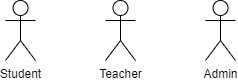
This is docs/Campus.png from mezidia/User-Interfaces-Design, a draw.io export, as it was before one commit. Source tidied: cells renumbered, new cells last; positions are measured from the earlier drawing's top-left corner, leaving out a move shared by most shapes. The source it was exported from:
```xml
<mxGraphModel>
  <root>
    <mxCell id="0" />
    <mxCell id="1" parent="0" />
    <mxCell id="2" value="Student" style="shape=umlActor;verticalLabelPosition=bottom;verticalAlign=top;html=1;" parent="1" vertex="1">
      <mxGeometry width="30" height="60" as="geometry" />
    </mxCell>
    <mxCell id="3" value="Teacher" style="shape=umlActor;verticalLabelPosition=bottom;verticalAlign=top;html=1;" parent="1" vertex="1">
      <mxGeometry x="100" width="30" height="60" as="geometry" />
    </mxCell>
    <mxCell id="4" value="Admin" style="shape=umlActor;verticalLabelPosition=bottom;verticalAlign=top;html=1;" parent="1" vertex="1">
      <mxGeometry x="200" width="30" height="60" as="geometry" />
    </mxCell>
  </root>
</mxGraphModel>
```
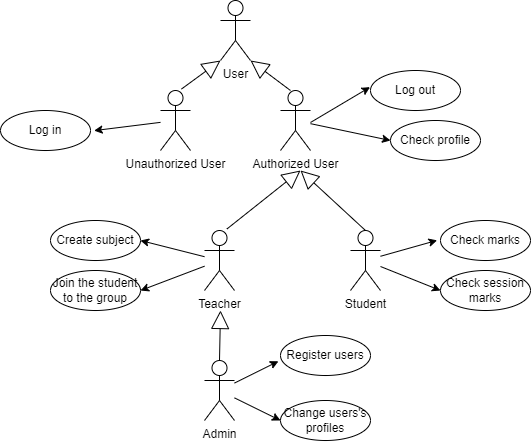
Later version of the same file.

What changed in the source:
```diff
@@ -2,14 +2,100 @@
   <root>
     <mxCell id="0" />
     <mxCell id="1" parent="0" />
+    <mxCell id="5" style="edgeStyle=none;rounded=0;jettySize=auto;html=1;entryX=-0.037;entryY=0.496;entryDx=0;entryDy=0;entryPerimeter=0;" parent="1" edge="1" source="2" target="22">
+      <mxGeometry relative="1" as="geometry" />
+    </mxCell>
+    <mxCell id="6" style="edgeStyle=none;rounded=0;jettySize=auto;html=1;entryX=0;entryY=0.5;entryDx=0;entryDy=0;" parent="1" edge="1" source="2" target="24">
+      <mxGeometry relative="1" as="geometry" />
+    </mxCell>
     <mxCell id="2" value="Student" style="shape=umlActor;verticalLabelPosition=bottom;verticalAlign=top;html=1;" parent="1" vertex="1">
-      <mxGeometry width="30" height="60" as="geometry" />
+      <mxGeometry x="230" y="340" width="30" height="60" as="geometry" />
     </mxCell>
+    <mxCell id="7" style="edgeStyle=none;rounded=0;jettySize=auto;html=1;entryX=1;entryY=0.5;entryDx=0;entryDy=0;" parent="1" edge="1" source="3" target="26">
+      <mxGeometry relative="1" as="geometry" />
+    </mxCell>
+    <mxCell id="8" style="edgeStyle=none;rounded=0;jettySize=auto;html=1;entryX=1;entryY=0.5;entryDx=0;entryDy=0;" parent="1" edge="1" source="3" target="27">
+      <mxGeometry relative="1" as="geometry" />
+    </mxCell>
     <mxCell id="3" value="Teacher" style="shape=umlActor;verticalLabelPosition=bottom;verticalAlign=top;html=1;" parent="1" vertex="1">
-      <mxGeometry x="100" width="30" height="60" as="geometry" />
+      <mxGeometry x="84" y="340" width="30" height="60" as="geometry" />
     </mxCell>
+    <mxCell id="9" style="edgeStyle=none;rounded=0;jettySize=auto;html=1;entryX=-0.023;entryY=0.644;entryDx=0;entryDy=0;entryPerimeter=0;" parent="1" edge="1" source="4" target="29">
+      <mxGeometry relative="1" as="geometry" />
+    </mxCell>
+    <mxCell id="10" style="edgeStyle=none;rounded=0;jettySize=auto;html=1;entryX=0;entryY=0.5;entryDx=0;entryDy=0;" parent="1" edge="1" source="4" target="30">
+      <mxGeometry relative="1" as="geometry" />
+    </mxCell>
     <mxCell id="4" value="Admin" style="shape=umlActor;verticalLabelPosition=bottom;verticalAlign=top;html=1;" parent="1" vertex="1">
-      <mxGeometry x="200" width="30" height="60" as="geometry" />
+      <mxGeometry x="84" y="470" width="30" height="60" as="geometry" />
     </mxCell>
+    <mxCell id="11" value="User" style="shape=umlActor;verticalLabelPosition=bottom;verticalAlign=top;html=1;" parent="1" vertex="1">
+      <mxGeometry x="100" y="110" width="30" height="60" as="geometry" />
+    </mxCell>
+    <mxCell id="12" style="edgeStyle=none;rounded=0;jettySize=auto;html=1;entryX=0;entryY=0.5;entryDx=0;entryDy=0;" parent="1" edge="1" source="13" target="21">
+      <mxGeometry relative="1" as="geometry" />
+    </mxCell>
+    <mxCell id="13" value="Authorized User" style="shape=umlActor;verticalLabelPosition=bottom;verticalAlign=top;html=1;" parent="1" vertex="1">
+      <mxGeometry x="160" y="200" width="30" height="60" as="geometry" />
+    </mxCell>
+    <mxCell id="14" style="edgeStyle=none;rounded=0;jettySize=auto;html=1;entryX=1.04;entryY=0.503;entryDx=0;entryDy=0;entryPerimeter=0;" parent="1" edge="1" source="15" target="16">
+      <mxGeometry relative="1" as="geometry" />
+    </mxCell>
+    <mxCell id="15" value="Unauthorized&amp;nbsp;User" style="shape=umlActor;verticalLabelPosition=bottom;verticalAlign=top;html=1;" parent="1" vertex="1">
+      <mxGeometry x="40" y="200" width="30" height="60" as="geometry" />
+    </mxCell>
+    <mxCell id="16" value="Log in" style="ellipse;whiteSpace=wrap;html=1;" parent="1" vertex="1">
+      <mxGeometry x="-120" y="220" width="90" height="40" as="geometry" />
+    </mxCell>
+    <mxCell id="17" style="endArrow=block;endSize=16;endFill=0;html=1;rounded=0;entryX=0;entryY=1;entryDx=0;entryDy=0;entryPerimeter=0;exitX=0.698;exitY=-0.024;exitDx=0;exitDy=0;exitPerimeter=0;" parent="1" edge="1" source="15" target="11">
+      <mxGeometry relative="1" as="geometry" />
+    </mxCell>
+    <mxCell id="18" style="endArrow=block;endSize=16;endFill=0;html=1;rounded=0;entryX=1;entryY=1;entryDx=0;entryDy=0;entryPerimeter=0;exitX=0.333;exitY=0;exitDx=0;exitDy=0;exitPerimeter=0;" parent="1" edge="1" source="13" target="11">
+      <mxGeometry relative="1" as="geometry" />
+    </mxCell>
+    <mxCell id="19" style="edgeStyle=none;rounded=0;jettySize=auto;html=1;entryX=-0.005;entryY=0.416;entryDx=0;entryDy=0;entryPerimeter=0;" parent="1" edge="1" target="20">
+      <mxGeometry relative="1" as="geometry">
+        <mxPoint x="190" y="232" as="sourcePoint" />
+      </mxGeometry>
+    </mxCell>
+    <mxCell id="20" value="Log out" style="ellipse;whiteSpace=wrap;html=1;" parent="1" vertex="1">
+      <mxGeometry x="250" y="180" width="90" height="40" as="geometry" />
+    </mxCell>
+    <mxCell id="21" value="Check profile" style="ellipse;whiteSpace=wrap;html=1;" parent="1" vertex="1">
+      <mxGeometry x="270" y="230" width="90" height="40" as="geometry" />
+    </mxCell>
+    <mxCell id="22" value="Check marks" style="ellipse;whiteSpace=wrap;html=1;" parent="1" vertex="1">
+      <mxGeometry x="320" y="330" width="90" height="40" as="geometry" />
+    </mxCell>
+    <mxCell id="23" style="endArrow=block;endSize=16;endFill=0;html=1;rounded=0;exitX=0.5;exitY=0;exitDx=0;exitDy=0;exitPerimeter=0;" parent="1" edge="1" source="2">
+      <mxGeometry relative="1" as="geometry">
+        <mxPoint x="180" y="280" as="targetPoint" />
+      </mxGeometry>
+    </mxCell>
+    <mxCell id="24" value="Check session marks" style="ellipse;whiteSpace=wrap;html=1;" parent="1" vertex="1">
+      <mxGeometry x="320" y="380" width="90" height="40" as="geometry" />
+    </mxCell>
+    <mxCell id="25" style="endArrow=block;endSize=16;endFill=0;html=1;rounded=0;exitX=0.744;exitY=-0.024;exitDx=0;exitDy=0;exitPerimeter=0;" parent="1" edge="1" source="3">
+      <mxGeometry relative="1" as="geometry">
+        <mxPoint x="180" y="280" as="targetPoint" />
+      </mxGeometry>
+    </mxCell>
+    <mxCell id="26" value="Create subject" style="ellipse;whiteSpace=wrap;html=1;" parent="1" vertex="1">
+      <mxGeometry x="-70" y="330" width="90" height="40" as="geometry" />
+    </mxCell>
+    <mxCell id="27" value="Join the student to the group" style="ellipse;whiteSpace=wrap;html=1;" parent="1" vertex="1">
+      <mxGeometry x="-70" y="380" width="90" height="40" as="geometry" />
+    </mxCell>
+    <mxCell id="28" style="endArrow=block;endSize=16;endFill=0;html=1;rounded=0;exitX=0.5;exitY=0;exitDx=0;exitDy=0;exitPerimeter=0;" parent="1" edge="1" source="4">
+      <mxGeometry relative="1" as="geometry">
+        <mxPoint x="100" y="420" as="targetPoint" />
+      </mxGeometry>
+    </mxCell>
+    <mxCell id="29" value="Register users" style="ellipse;whiteSpace=wrap;html=1;" parent="1" vertex="1">
+      <mxGeometry x="160" y="445" width="90" height="40" as="geometry" />
+    </mxCell>
+    <mxCell id="30" value="Change users's profiles" style="ellipse;whiteSpace=wrap;html=1;" parent="1" vertex="1">
+      <mxGeometry x="160" y="510" width="90" height="40" as="geometry" />
+    </mxCell>
   </root>
 </mxGraphModel>
```
